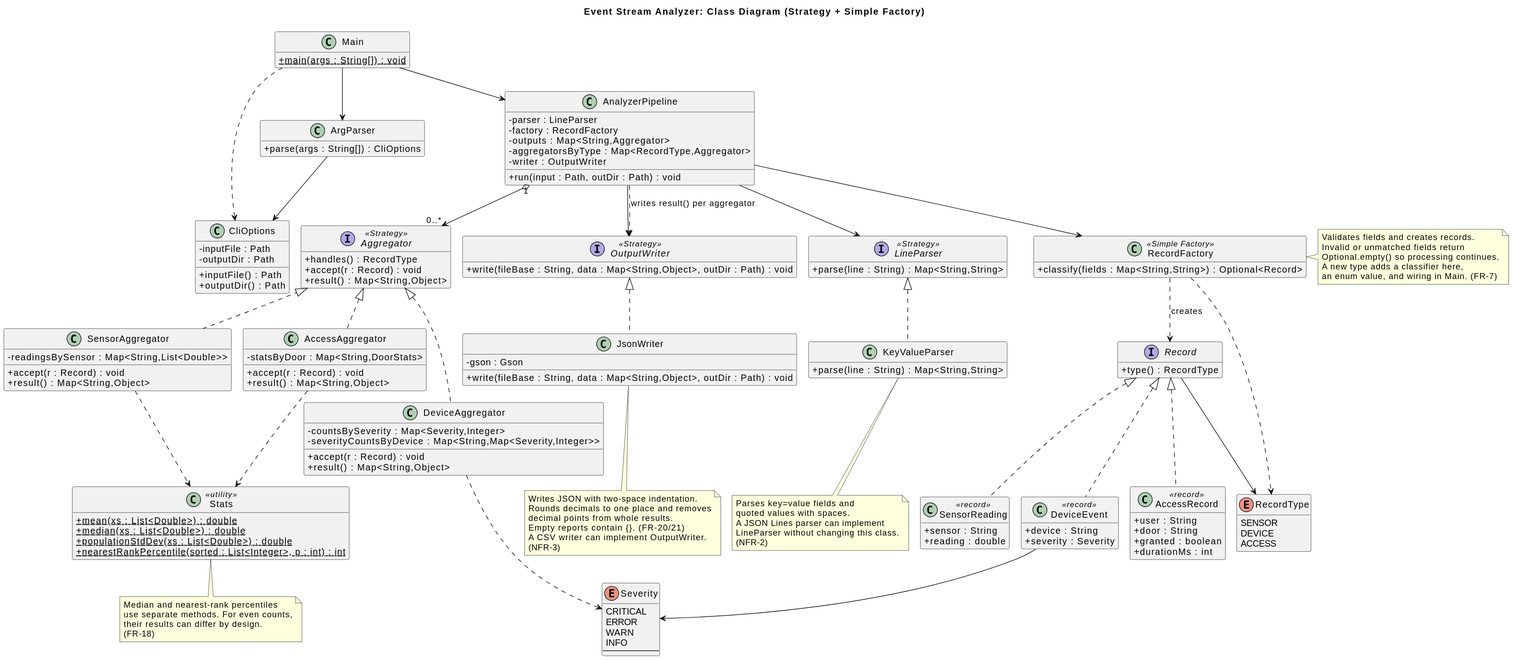
tonytrieu-dev/event-stream-analyzer keeps this PlantUML diagram as docs/class-diagram.svg. Above is the earlier version.
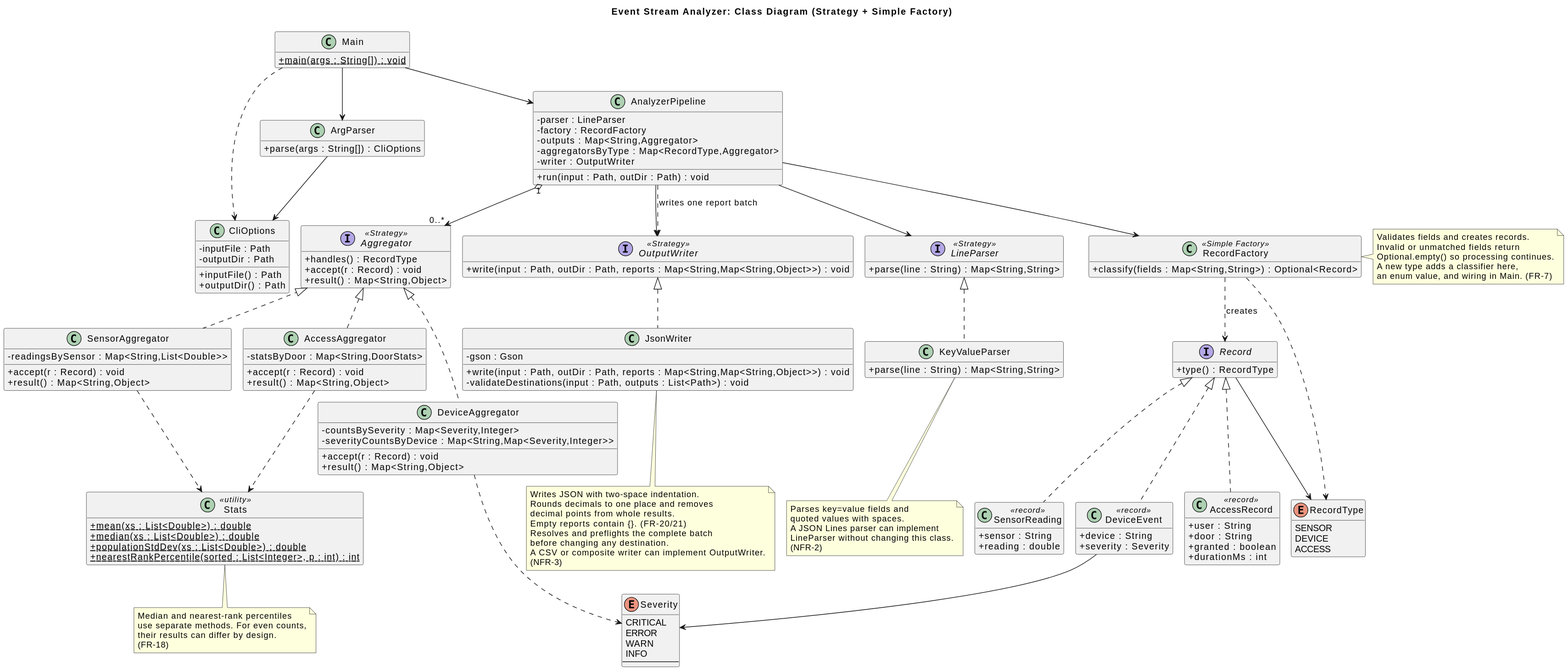
Above is the later version.

Commit message:
Consolidated report destination checks and access statistics

The edit, as a diff of the source:
```diff
@@ -122,18 +122,21 @@
 end note
 
 interface OutputWriter <<Strategy>> {
-  + write(fileBase : String, data : Map<String,Object>, outDir : Path) : void
+  + write(input : Path, outDir : Path, reports : Map<String,Map<String,Object>>) : void
 }
 class JsonWriter {
   - gson : Gson
-  + write(fileBase : String, data : Map<String,Object>, outDir : Path) : void
+  + write(input : Path, outDir : Path, reports : Map<String,Map<String,Object>>) : void
+  - validateDestinations(input : Path, outputs : List<Path>) : void
 }
 note bottom of JsonWriter
   Writes JSON with two-space indentation.
   Rounds decimals to one place and removes
   decimal points from whole results.
   Empty reports contain {}. (FR-20/21)
-  A CSV writer can implement OutputWriter.
+  Resolves and preflights the complete batch
+  before changing any destination.
+  A CSV or composite writer can implement OutputWriter.
   (NFR-3)
 end note
 
@@ -166,5 +169,5 @@
 AccessAggregator ..> Stats
 
 OutputWriter <|.. JsonWriter
-AnalyzerPipeline ..> OutputWriter : "writes result() per aggregator"
+AnalyzerPipeline ..> OutputWriter : "writes one report batch"
 @enduml
```
